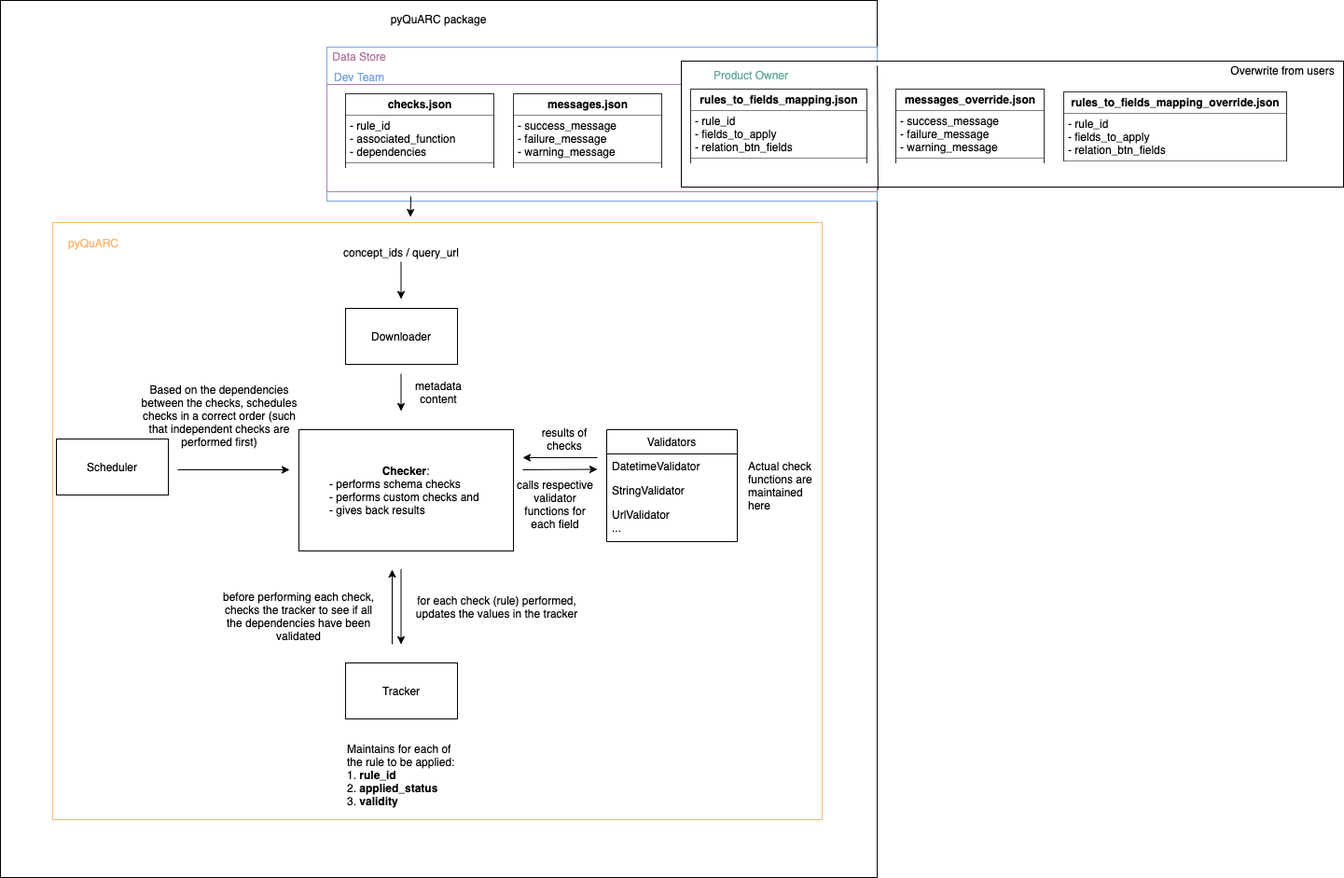
The draw.io diagram images/architecture.png in NASA-IMPACT/pyQuARC, before a commit. Source tidied: cells renumbered, new cells last; positions are measured from the earlier drawing's top-left corner, leaving out a move shared by most shapes. Its diagram source:
```xml
<mxGraphModel>
  <root>
    <mxCell id="0" />
    <mxCell id="1" parent="0" />
    <mxCell id="2" style="whiteSpace=wrap;html=1;" parent="1" vertex="1">
      <mxGeometry width="940" height="940" as="geometry" />
    </mxCell>
    <mxCell id="3" style="rounded=0;whiteSpace=wrap;html=1;labelBackgroundColor=none;align=center;strokeColor=#7EA6E0;" parent="1" vertex="1">
      <mxGeometry x="350" y="50" width="590" height="165" as="geometry" />
    </mxCell>
    <mxCell id="4" style="rounded=0;whiteSpace=wrap;html=1;labelBackgroundColor=none;align=center;labelBorderColor=none;textOpacity=0;fillColor=none;strokeColor=#A680B8;" parent="1" vertex="1">
      <mxGeometry x="350" y="90" width="590" height="115" as="geometry" />
    </mxCell>
    <mxCell id="5" style="rounded=0;whiteSpace=wrap;html=1;" parent="1" vertex="1">
      <mxGeometry x="730" y="65" width="710" height="135" as="geometry" />
    </mxCell>
    <mxCell id="6" style="rounded=0;whiteSpace=wrap;html=1;labelBackgroundColor=none;fillColor=none;fontColor=#7EA6E0;align=center;strokeColor=#FFB570;" parent="1" vertex="1">
      <mxGeometry x="56" y="238" width="825" height="640" as="geometry" />
    </mxCell>
    <mxCell id="7" value="&lt;b&gt;Checker&lt;/b&gt;:&lt;br&gt;&lt;div style=&quot;text-align: left&quot;&gt;&lt;span&gt;- performs schema checks&lt;/span&gt;&lt;/div&gt;&lt;div style=&quot;text-align: left&quot;&gt;&lt;span&gt;- performs custom checks and&amp;nbsp;&lt;/span&gt;&lt;/div&gt;&lt;div style=&quot;text-align: left&quot;&gt;&lt;span&gt;- &lt;/span&gt;&lt;span&gt;gives back results&lt;/span&gt;&lt;/div&gt;" style="rounded=0;whiteSpace=wrap;html=1;" parent="1" vertex="1">
      <mxGeometry x="320" y="460" width="230" height="130" as="geometry" />
    </mxCell>
    <mxCell id="8" value="Tracker" style="rounded=0;whiteSpace=wrap;html=1;" parent="1" vertex="1">
      <mxGeometry x="370" y="710" width="120" height="60" as="geometry" />
    </mxCell>
    <mxCell id="9" value="Scheduler" style="rounded=0;whiteSpace=wrap;html=1;" parent="1" vertex="1">
      <mxGeometry x="60" y="470" width="120" height="60" as="geometry" />
    </mxCell>
    <mxCell id="10" value="Downloader" style="rounded=0;whiteSpace=wrap;html=1;" parent="1" vertex="1">
      <mxGeometry x="370" y="330" width="120" height="60" as="geometry" />
    </mxCell>
    <mxCell id="11" value="&lt;table border=&quot;1&quot; width=&quot;100%&quot; cellpadding=&quot;4&quot; style=&quot;width: 100% ; height: 100% ; border-collapse: collapse&quot;&gt;&lt;tbody&gt;&lt;tr&gt;&lt;th align=&quot;center&quot;&gt;checks.json&lt;/th&gt;&lt;/tr&gt;&lt;tr&gt;&lt;td&gt;- rule_id&lt;br&gt;- associated_function&lt;br&gt;- dependencies&lt;/td&gt;&lt;/tr&gt;&lt;tr&gt;&lt;td align=&quot;center&quot;&gt;&lt;br&gt;&lt;/td&gt;&lt;/tr&gt;&lt;/tbody&gt;&lt;/table&gt;" style="text;html=1;strokeColor=none;fillColor=none;overflow=fill;" parent="1" vertex="1">
      <mxGeometry x="370" y="100" width="160" height="80" as="geometry" />
    </mxCell>
    <mxCell id="12" value="&lt;table border=&quot;1&quot; width=&quot;100%&quot; cellpadding=&quot;4&quot; style=&quot;width: 100% ; height: 100% ; border-collapse: collapse&quot;&gt;&lt;tbody&gt;&lt;tr&gt;&lt;th align=&quot;center&quot;&gt;messages.json&lt;/th&gt;&lt;/tr&gt;&lt;tr&gt;&lt;td&gt;- success_message&lt;br&gt;- failure_message&lt;br&gt;- warning_message&lt;/td&gt;&lt;/tr&gt;&lt;tr&gt;&lt;td align=&quot;center&quot;&gt;&lt;br&gt;&lt;/td&gt;&lt;/tr&gt;&lt;/tbody&gt;&lt;/table&gt;" style="text;html=1;strokeColor=none;fillColor=none;overflow=fill;" parent="1" vertex="1">
      <mxGeometry x="550" y="100" width="160" height="80" as="geometry" />
    </mxCell>
    <mxCell id="13" value="&lt;table border=&quot;1&quot; width=&quot;100%&quot; cellpadding=&quot;4&quot; style=&quot;width: 100% ; height: 100% ; border-collapse: collapse&quot;&gt;&lt;tbody&gt;&lt;tr&gt;&lt;th align=&quot;center&quot;&gt;rules_to_fields_mapping.json&lt;/th&gt;&lt;/tr&gt;&lt;tr&gt;&lt;td&gt;- rule_id&lt;br&gt;- fields_to_apply&lt;br&gt;- relation_btn_fields&lt;/td&gt;&lt;/tr&gt;&lt;tr&gt;&lt;td align=&quot;center&quot;&gt;&lt;br&gt;&lt;/td&gt;&lt;/tr&gt;&lt;/tbody&gt;&lt;/table&gt;" style="text;html=1;strokeColor=none;fillColor=none;overflow=fill;" parent="1" vertex="1">
      <mxGeometry x="740" y="95" width="190" height="80" as="geometry" />
    </mxCell>
    <mxCell id="14" value="&lt;table border=&quot;1&quot; width=&quot;100%&quot; cellpadding=&quot;4&quot; style=&quot;width: 100% ; height: 100% ; border-collapse: collapse&quot;&gt;&lt;tbody&gt;&lt;tr&gt;&lt;th align=&quot;center&quot;&gt;messages_override.json&lt;/th&gt;&lt;/tr&gt;&lt;tr&gt;&lt;td&gt;- success_message&lt;br&gt;- failure_message&lt;br&gt;- warning_message&lt;/td&gt;&lt;/tr&gt;&lt;tr&gt;&lt;td align=&quot;center&quot;&gt;&lt;br&gt;&lt;/td&gt;&lt;/tr&gt;&lt;/tbody&gt;&lt;/table&gt;" style="text;html=1;strokeColor=none;fillColor=none;overflow=fill;" parent="1" vertex="1">
      <mxGeometry x="960" y="95" width="160" height="80" as="geometry" />
    </mxCell>
    <mxCell id="15" style="endArrow=classic;html=1;" parent="1" edge="1">
      <mxGeometry relative="1" as="geometry">
        <mxPoint x="420" y="690" as="sourcePoint" />
        <mxPoint x="420" y="610" as="targetPoint" />
      </mxGeometry>
    </mxCell>
    <mxCell id="16" style="endArrow=classic;html=1;" parent="1" edge="1">
      <mxGeometry relative="1" as="geometry">
        <mxPoint x="429.5" y="610" as="sourcePoint" />
        <mxPoint x="429.5" y="690" as="targetPoint" />
      </mxGeometry>
    </mxCell>
    <mxCell id="17" value="&lt;div&gt;&lt;span&gt;Maintains for each of the rule to be applied:&lt;/span&gt;&lt;/div&gt;&lt;div&gt;1. &lt;b&gt;rule_id&lt;/b&gt;&lt;br&gt;2. &lt;b&gt;applied_status&lt;/b&gt;&lt;br&gt;3. &lt;b&gt;validity&lt;/b&gt;&lt;br&gt;&lt;/div&gt;" style="text;html=1;strokeColor=none;fillColor=none;align=left;verticalAlign=middle;whiteSpace=wrap;rounded=0;" parent="1" vertex="1">
      <mxGeometry x="370" y="800" width="130" height="60" as="geometry" />
    </mxCell>
    <mxCell id="18" value="for each check (rule) performed, updates the values in the tracker" style="text;html=1;strokeColor=none;fillColor=none;align=center;verticalAlign=middle;whiteSpace=wrap;rounded=0;" parent="1" vertex="1">
      <mxGeometry x="440" y="620" width="185" height="60" as="geometry" />
    </mxCell>
    <mxCell id="19" value="before performing each check, checks the tracker to see if all the dependencies have been validated" style="text;html=1;strokeColor=none;fillColor=none;align=center;verticalAlign=middle;whiteSpace=wrap;rounded=0;" parent="1" vertex="1">
      <mxGeometry x="230" y="645" width="180" height="30" as="geometry" />
    </mxCell>
    <mxCell id="20" value="Based on the dependencies between the checks, schedules checks in a correct order (such that independent checks are performed first)" style="text;html=1;strokeColor=none;fillColor=none;align=center;verticalAlign=middle;whiteSpace=wrap;rounded=0;" parent="1" vertex="1">
      <mxGeometry x="150" y="409" width="170" height="71" as="geometry" />
    </mxCell>
    <mxCell id="21" style="endArrow=classic;html=1;" parent="1" edge="1">
      <mxGeometry relative="1" as="geometry">
        <mxPoint x="190" y="503" as="sourcePoint" />
        <mxPoint x="310" y="503" as="targetPoint" />
      </mxGeometry>
    </mxCell>
    <mxCell id="22" style="endArrow=classic;html=1;" parent="1" edge="1">
      <mxGeometry relative="1" as="geometry">
        <mxPoint x="429.5" y="280" as="sourcePoint" />
        <mxPoint x="429.5" y="320" as="targetPoint" />
      </mxGeometry>
    </mxCell>
    <mxCell id="23" value="concept_ids / query_url" style="text;html=1;strokeColor=none;fillColor=none;align=center;verticalAlign=middle;whiteSpace=wrap;rounded=0;" parent="1" vertex="1">
      <mxGeometry x="350" y="260" width="160" height="20" as="geometry" />
    </mxCell>
    <mxCell id="24" style="endArrow=classic;html=1;" parent="1" edge="1">
      <mxGeometry relative="1" as="geometry">
        <mxPoint x="429.5" y="400" as="sourcePoint" />
        <mxPoint x="429.5" y="440" as="targetPoint" />
      </mxGeometry>
    </mxCell>
    <mxCell id="25" value="metadata content" style="text;html=1;strokeColor=none;fillColor=none;align=center;verticalAlign=middle;whiteSpace=wrap;rounded=0;" parent="1" vertex="1">
      <mxGeometry x="450" y="410" width="40" height="20" as="geometry" />
    </mxCell>
    <mxCell id="26" value="Actual check functions are maintained here" style="text;html=1;strokeColor=none;fillColor=none;align=left;verticalAlign=middle;whiteSpace=wrap;rounded=0;" parent="1" vertex="1">
      <mxGeometry x="800" y="460" width="80" height="119" as="geometry" />
    </mxCell>
    <mxCell id="27" style="endArrow=classic;html=1;" parent="1" edge="1">
      <mxGeometry relative="1" as="geometry">
        <mxPoint x="560" y="503" as="sourcePoint" />
        <mxPoint x="640" y="502.5" as="targetPoint" />
      </mxGeometry>
    </mxCell>
    <mxCell id="28" value="calls respective validator functions for each field" style="text;html=1;strokeColor=none;fillColor=none;align=center;verticalAlign=middle;whiteSpace=wrap;rounded=0;" parent="1" vertex="1">
      <mxGeometry x="550" y="530" width="90" height="20" as="geometry" />
    </mxCell>
    <mxCell id="29" value="Validators" style="swimlane;fontStyle=0;horizontal=1;startSize=26;fillColor=none;" parent="1" vertex="1">
      <mxGeometry x="650" y="460" width="140" height="120" as="geometry" />
    </mxCell>
    <mxCell id="30" value="DatetimeValidator" style="text;strokeColor=none;fillColor=none;align=left;verticalAlign=top;spacingLeft=4;spacingRight=4;overflow=hidden;" parent="29" vertex="1">
      <mxGeometry y="26" width="140" height="26" as="geometry" />
    </mxCell>
    <mxCell id="31" value="StringValidator" style="text;strokeColor=none;fillColor=none;align=left;verticalAlign=top;spacingLeft=4;spacingRight=4;overflow=hidden;" parent="29" vertex="1">
      <mxGeometry y="52" width="140" height="26" as="geometry" />
    </mxCell>
    <mxCell id="32" value="UrlValidator&#10;..." style="text;strokeColor=none;fillColor=none;align=left;verticalAlign=top;spacingLeft=4;spacingRight=4;overflow=hidden;" parent="29" vertex="1">
      <mxGeometry y="78" width="140" height="42" as="geometry" />
    </mxCell>
    <mxCell id="33" value="&lt;br&gt;Dev Team" style="text;html=1;strokeColor=none;fillColor=none;align=center;verticalAlign=middle;whiteSpace=wrap;rounded=0;labelBackgroundColor=none;fontColor=#7EA6E0;" parent="1" vertex="1">
      <mxGeometry x="350" y="65" width="70" height="20" as="geometry" />
    </mxCell>
    <mxCell id="34" value="Product Owner" style="text;html=1;strokeColor=none;fillColor=none;align=center;verticalAlign=middle;whiteSpace=wrap;rounded=0;labelBackgroundColor=none;fontColor=#67AB9F;" parent="1" vertex="1">
      <mxGeometry x="750" y="70" width="110" height="20" as="geometry" />
    </mxCell>
    <mxCell id="35" value="Data Store" style="text;html=1;strokeColor=none;fillColor=none;align=center;verticalAlign=middle;whiteSpace=wrap;rounded=0;labelBackgroundColor=none;fontColor=#B5739D;" parent="1" vertex="1">
      <mxGeometry x="350" y="50" width="70" height="20" as="geometry" />
    </mxCell>
    <mxCell id="36" value="pyQuARC" style="text;html=1;strokeColor=none;fillColor=none;align=center;verticalAlign=middle;whiteSpace=wrap;rounded=0;labelBackgroundColor=none;fontColor=#FFB570;" parent="1" vertex="1">
      <mxGeometry x="80" y="250" width="40" height="20" as="geometry" />
    </mxCell>
    <mxCell id="37" style="endArrow=classic;html=1;" parent="1" edge="1">
      <mxGeometry relative="1" as="geometry">
        <mxPoint x="440" y="210" as="sourcePoint" />
        <mxPoint x="439.5" y="232" as="targetPoint" />
      </mxGeometry>
    </mxCell>
    <mxCell id="38" style="endArrow=classic;html=1;fontColor=#FFB570;" parent="1" edge="1">
      <mxGeometry relative="1" as="geometry">
        <mxPoint x="640" y="490" as="sourcePoint" />
        <mxPoint x="560" y="490" as="targetPoint" />
      </mxGeometry>
    </mxCell>
    <mxCell id="39" value="results of checks" style="text;html=1;strokeColor=none;fillColor=none;align=center;verticalAlign=middle;whiteSpace=wrap;rounded=0;labelBackgroundColor=none;" parent="1" vertex="1">
      <mxGeometry x="570" y="460" width="70" height="20" as="geometry" />
    </mxCell>
    <mxCell id="40" value="pyQuARC package" style="text;html=1;strokeColor=none;fillColor=none;align=center;verticalAlign=middle;whiteSpace=wrap;rounded=0;" parent="1" vertex="1">
      <mxGeometry x="405" y="10" width="130" height="20" as="geometry" />
    </mxCell>
    <mxCell id="41" value="&lt;table border=&quot;1&quot; width=&quot;100%&quot; cellpadding=&quot;4&quot; style=&quot;width: 100% ; height: 100% ; border-collapse: collapse&quot;&gt;&lt;tbody&gt;&lt;tr&gt;&lt;th align=&quot;center&quot;&gt;rules_to_fields_mapping_override.json&lt;/th&gt;&lt;/tr&gt;&lt;tr&gt;&lt;td&gt;- rule_id&lt;br&gt;- fields_to_apply&lt;br&gt;- relation_btn_fields&lt;/td&gt;&lt;/tr&gt;&lt;tr&gt;&lt;td align=&quot;center&quot;&gt;&lt;br&gt;&lt;/td&gt;&lt;/tr&gt;&lt;/tbody&gt;&lt;/table&gt;" style="text;html=1;strokeColor=none;fillColor=none;overflow=fill;" parent="1" vertex="1">
      <mxGeometry x="1140" y="97.5" width="240" height="75" as="geometry" />
    </mxCell>
    <mxCell id="42" style="endArrow=none;html=1;entryX=0.296;entryY=0.037;entryDx=0;entryDy=0;entryPerimeter=0;exitX=0.297;exitY=1.022;exitDx=0;exitDy=0;exitPerimeter=0;" parent="1" edge="1" source="5" target="5">
      <mxGeometry relative="1" as="geometry" />
    </mxCell>
    <mxCell id="43" value="Overwrite from users" style="text;html=1;strokeColor=none;fillColor=none;align=center;verticalAlign=middle;whiteSpace=wrap;rounded=0;" parent="1" vertex="1">
      <mxGeometry x="1310" y="65" width="130" height="20" as="geometry" />
    </mxCell>
  </root>
</mxGraphModel>
```
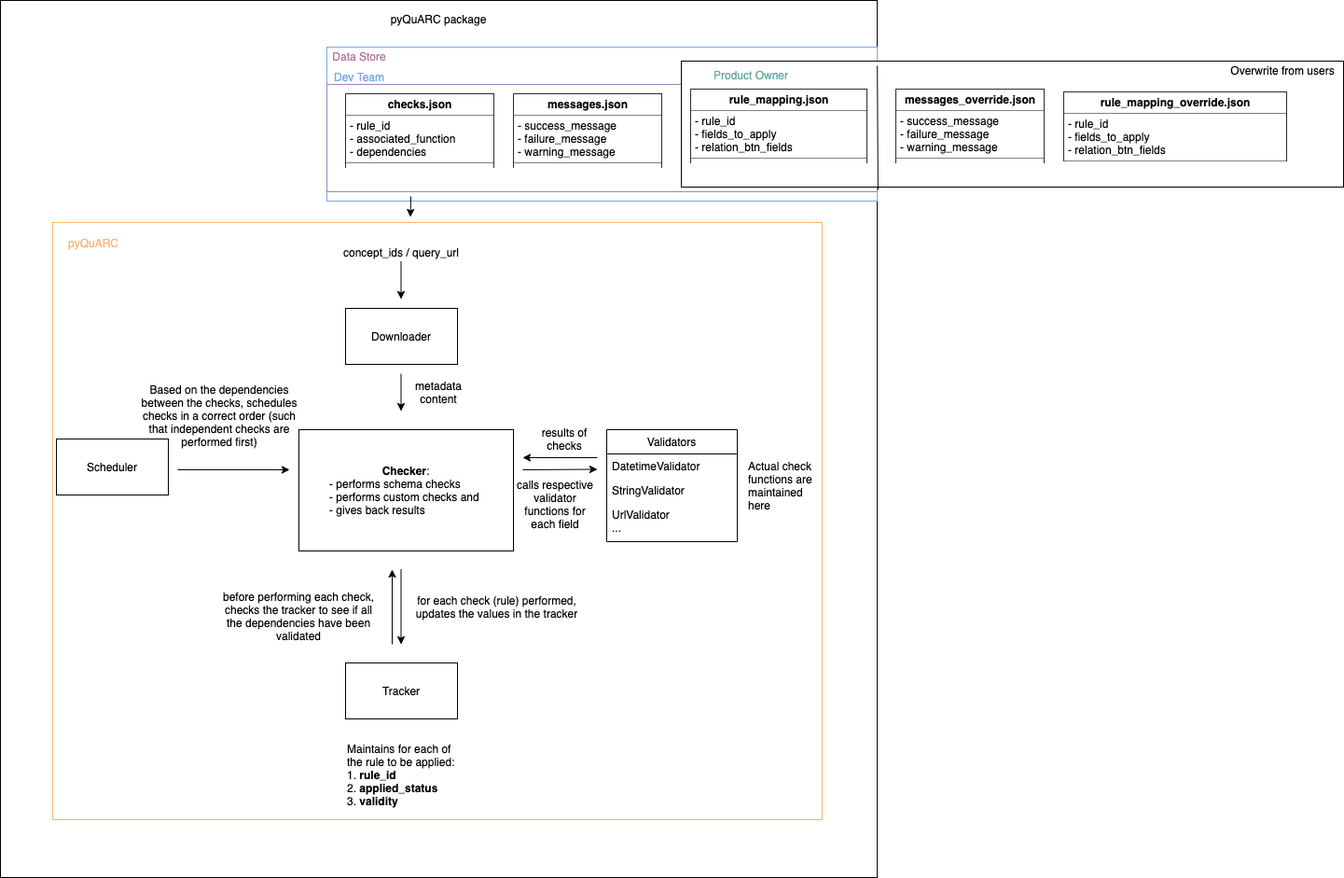
After the change.

Commit message:
Update filename in architecture diagram

Change to the diagram source:
```diff
@@ -35,7 +35,7 @@
     <mxCell id="12" value="&lt;table border=&quot;1&quot; width=&quot;100%&quot; cellpadding=&quot;4&quot; style=&quot;width: 100% ; height: 100% ; border-collapse: collapse&quot;&gt;&lt;tbody&gt;&lt;tr&gt;&lt;th align=&quot;center&quot;&gt;messages.json&lt;/th&gt;&lt;/tr&gt;&lt;tr&gt;&lt;td&gt;- success_message&lt;br&gt;- failure_message&lt;br&gt;- warning_message&lt;/td&gt;&lt;/tr&gt;&lt;tr&gt;&lt;td align=&quot;center&quot;&gt;&lt;br&gt;&lt;/td&gt;&lt;/tr&gt;&lt;/tbody&gt;&lt;/table&gt;" style="text;html=1;strokeColor=none;fillColor=none;overflow=fill;" parent="1" vertex="1">
       <mxGeometry x="550" y="100" width="160" height="80" as="geometry" />
     </mxCell>
-    <mxCell id="13" value="&lt;table border=&quot;1&quot; width=&quot;100%&quot; cellpadding=&quot;4&quot; style=&quot;width: 100% ; height: 100% ; border-collapse: collapse&quot;&gt;&lt;tbody&gt;&lt;tr&gt;&lt;th align=&quot;center&quot;&gt;rules_to_fields_mapping.json&lt;/th&gt;&lt;/tr&gt;&lt;tr&gt;&lt;td&gt;- rule_id&lt;br&gt;- fields_to_apply&lt;br&gt;- relation_btn_fields&lt;/td&gt;&lt;/tr&gt;&lt;tr&gt;&lt;td align=&quot;center&quot;&gt;&lt;br&gt;&lt;/td&gt;&lt;/tr&gt;&lt;/tbody&gt;&lt;/table&gt;" style="text;html=1;strokeColor=none;fillColor=none;overflow=fill;" parent="1" vertex="1">
+    <mxCell id="13" value="&lt;table border=&quot;1&quot; width=&quot;100%&quot; cellpadding=&quot;4&quot; style=&quot;width: 100% ; height: 100% ; border-collapse: collapse&quot;&gt;&lt;tbody&gt;&lt;tr&gt;&lt;th align=&quot;center&quot;&gt;rule_mapping.json&lt;/th&gt;&lt;/tr&gt;&lt;tr&gt;&lt;td&gt;- rule_id&lt;br&gt;- fields_to_apply&lt;br&gt;- relation_btn_fields&lt;/td&gt;&lt;/tr&gt;&lt;tr&gt;&lt;td align=&quot;center&quot;&gt;&lt;br&gt;&lt;/td&gt;&lt;/tr&gt;&lt;/tbody&gt;&lt;/table&gt;" style="text;html=1;strokeColor=none;fillColor=none;overflow=fill;" parent="1" vertex="1">
       <mxGeometry x="740" y="95" width="190" height="80" as="geometry" />
     </mxCell>
     <mxCell id="14" value="&lt;table border=&quot;1&quot; width=&quot;100%&quot; cellpadding=&quot;4&quot; style=&quot;width: 100% ; height: 100% ; border-collapse: collapse&quot;&gt;&lt;tbody&gt;&lt;tr&gt;&lt;th align=&quot;center&quot;&gt;messages_override.json&lt;/th&gt;&lt;/tr&gt;&lt;tr&gt;&lt;td&gt;- success_message&lt;br&gt;- failure_message&lt;br&gt;- warning_message&lt;/td&gt;&lt;/tr&gt;&lt;tr&gt;&lt;td align=&quot;center&quot;&gt;&lt;br&gt;&lt;/td&gt;&lt;/tr&gt;&lt;/tbody&gt;&lt;/table&gt;" style="text;html=1;strokeColor=none;fillColor=none;overflow=fill;" parent="1" vertex="1">
@@ -143,7 +143,7 @@
     <mxCell id="40" value="pyQuARC package" style="text;html=1;strokeColor=none;fillColor=none;align=center;verticalAlign=middle;whiteSpace=wrap;rounded=0;" parent="1" vertex="1">
       <mxGeometry x="405" y="10" width="130" height="20" as="geometry" />
     </mxCell>
-    <mxCell id="41" value="&lt;table border=&quot;1&quot; width=&quot;100%&quot; cellpadding=&quot;4&quot; style=&quot;width: 100% ; height: 100% ; border-collapse: collapse&quot;&gt;&lt;tbody&gt;&lt;tr&gt;&lt;th align=&quot;center&quot;&gt;rules_to_fields_mapping_override.json&lt;/th&gt;&lt;/tr&gt;&lt;tr&gt;&lt;td&gt;- rule_id&lt;br&gt;- fields_to_apply&lt;br&gt;- relation_btn_fields&lt;/td&gt;&lt;/tr&gt;&lt;tr&gt;&lt;td align=&quot;center&quot;&gt;&lt;br&gt;&lt;/td&gt;&lt;/tr&gt;&lt;/tbody&gt;&lt;/table&gt;" style="text;html=1;strokeColor=none;fillColor=none;overflow=fill;" parent="1" vertex="1">
+    <mxCell id="41" value="&lt;table border=&quot;1&quot; width=&quot;100%&quot; cellpadding=&quot;4&quot; style=&quot;width: 100% ; height: 100% ; border-collapse: collapse&quot;&gt;&lt;tbody&gt;&lt;tr&gt;&lt;th align=&quot;center&quot;&gt;rule_mapping_override.json&lt;/th&gt;&lt;/tr&gt;&lt;tr&gt;&lt;td&gt;- rule_id&lt;br&gt;- fields_to_apply&lt;br&gt;- relation_btn_fields&lt;/td&gt;&lt;/tr&gt;&lt;tr&gt;&lt;td align=&quot;center&quot;&gt;&lt;br&gt;&lt;/td&gt;&lt;/tr&gt;&lt;/tbody&gt;&lt;/table&gt;" style="text;html=1;strokeColor=none;fillColor=none;overflow=fill;" parent="1" vertex="1">
       <mxGeometry x="1140" y="97.5" width="240" height="75" as="geometry" />
     </mxCell>
     <mxCell id="42" style="endArrow=none;html=1;entryX=0.296;entryY=0.037;entryDx=0;entryDy=0;entryPerimeter=0;exitX=0.297;exitY=1.022;exitDx=0;exitDy=0;exitPerimeter=0;" parent="1" edge="1" source="5" target="5">
```
